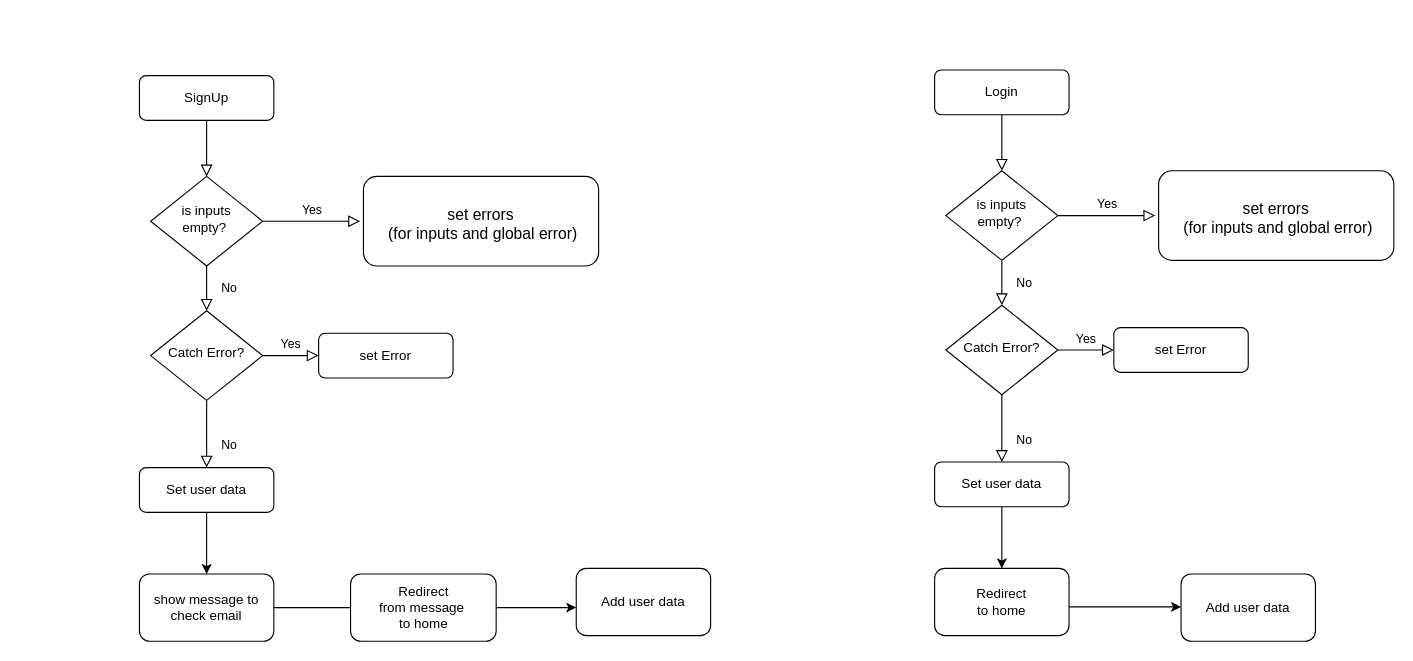
This is PlanningDiagram.drawio from youssefzaki00/Exclusive, a draw.io file, before an edit. Source tidied: cells renumbered, new cells numbered last; positions are measured from the earlier drawing's top-left corner, leaving out a move shared by most shapes. Both pictures are drawn from the tidied source at 112%, with x=0, y=0 at pixel (139, 69).
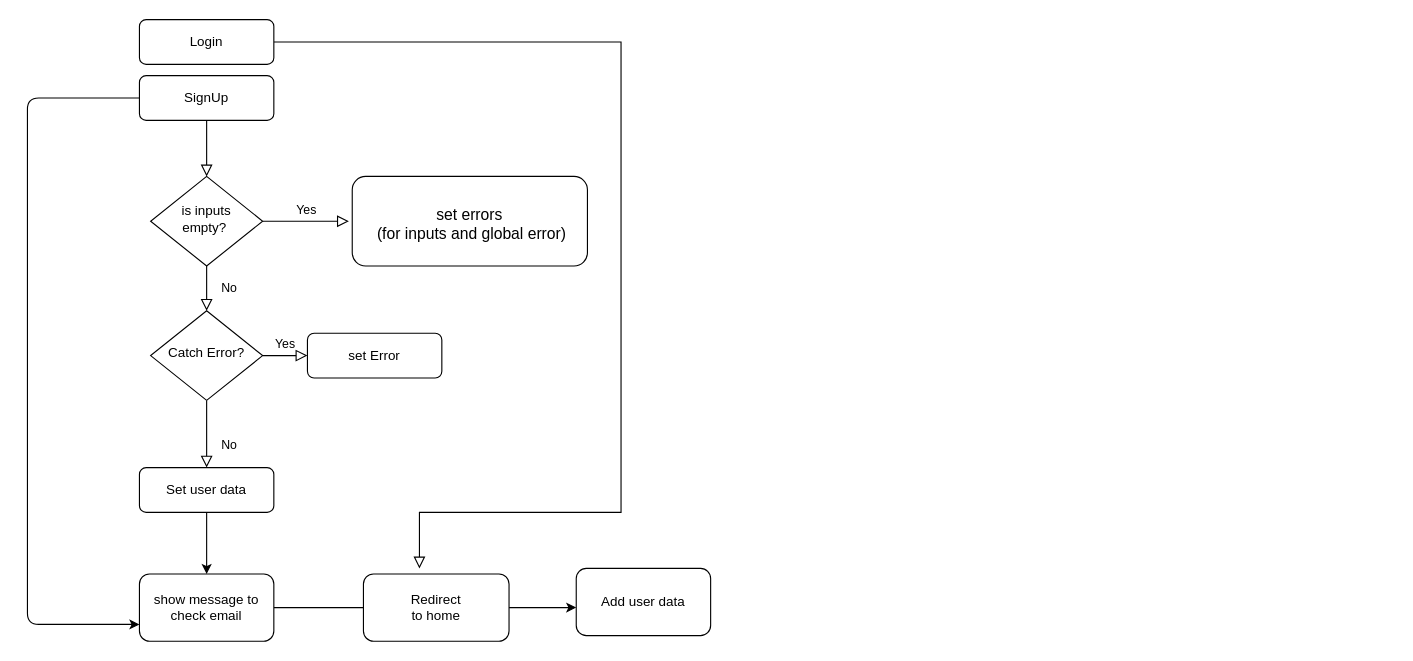
The same diagram, later.

The change refers to these unchanged cells:
```xml
<mxCell id="3" value="SignUp" style="rounded=1;whiteSpace=wrap;html=1;fontSize=12;glass=0;strokeWidth=1;shadow=0;" parent="1" vertex="1">
  <mxGeometry y="5" width="120" height="40" as="geometry" />
</mxCell>
<mxCell id="15" value="show message to check email" style="whiteSpace=wrap;html=1;rounded=1;glass=0;strokeWidth=1;shadow=0;" parent="1" vertex="1">
  <mxGeometry y="450" width="120" height="60" as="geometry" />
</mxCell>
```

What changed in the source:
```diff
@@
+    <mxCell id="34" style="edgeStyle=none;html=1;exitX=0;exitY=0.5;exitDx=0;exitDy=0;entryX=0;entryY=0.75;entryDx=0;entryDy=0;" parent="1" edge="1" source="3" target="15">
+      <mxGeometry relative="1" as="geometry">
+        <Array as="points">
+          <mxPoint x="-100" y="25" />
+          <mxPoint x="-100" y="235" />
+          <mxPoint x="-100" y="495" />
+        </Array>
+      </mxGeometry>
+    </mxCell>
@@
     <mxCell id="7" value="&lt;font style=&quot;font-size: 14px;&quot;&gt;set errors&lt;/font&gt;&lt;div style=&quot;font-size: 14px;&quot;&gt;&amp;nbsp;(for inputs and global error)&lt;/div&gt;" style="rounded=1;whiteSpace=wrap;html=1;fontSize=12;glass=0;strokeWidth=1;shadow=0;perimeterSpacing=3;rotation=0;fontStyle=0;spacingRight=4;spacingLeft=4;spacingTop=4;" parent="1" vertex="1">
-      <mxGeometry x="200" y="95" width="210" height="80" as="geometry" />
+      <mxGeometry x="190" y="95" width="210" height="80" as="geometry" />
     </mxCell>
@@
     <mxCell id="13" value="set Error" style="rounded=1;whiteSpace=wrap;html=1;fontSize=12;glass=0;strokeWidth=1;shadow=0;" parent="1" vertex="1">
-      <mxGeometry x="160" y="235" width="120" height="40" as="geometry" />
+      <mxGeometry x="150" y="235" width="120" height="40" as="geometry" />
     </mxCell>
@@
-    <mxCell id="17" value="&lt;div&gt;&lt;span style=&quot;background-color: initial;&quot;&gt;Redirect&lt;/span&gt;&lt;/div&gt;&lt;div&gt;&lt;span style=&quot;background-color: initial;&quot;&gt;from message&amp;nbsp;&lt;/span&gt;&lt;/div&gt;&lt;div&gt;&lt;span style=&quot;background-color: initial;&quot;&gt;to home&lt;/span&gt;&lt;/div&gt;" style="whiteSpace=wrap;html=1;rounded=1;glass=0;strokeWidth=1;shadow=0;" parent="1" vertex="1">
-      <mxGeometry x="188.5" y="450" width="130" height="60" as="geometry" />
+    <mxCell id="17" value="&lt;div&gt;&lt;span style=&quot;background-color: initial;&quot;&gt;Redirect&lt;/span&gt;&lt;/div&gt;&lt;div&gt;&lt;span style=&quot;background-color: initial;&quot;&gt;to home&lt;/span&gt;&lt;/div&gt;" style="whiteSpace=wrap;html=1;rounded=1;glass=0;strokeWidth=1;shadow=0;" parent="1" vertex="1">
+      <mxGeometry x="200" y="450" width="130" height="60" as="geometry" />
     </mxCell>
@@
-    <mxCell id="19" style="rounded=0;html=1;jettySize=auto;fontSize=11;endArrow=block;endFill=0;endSize=8;strokeWidth=1;shadow=0;labelBackgroundColor=none;edgeStyle=orthogonalEdgeStyle;" parent="1" edge="1" source="20" target="23">
-      <mxGeometry relative="1" as="geometry" />
+    <mxCell id="19" style="rounded=0;html=1;jettySize=auto;fontSize=11;endArrow=block;endFill=0;endSize=8;strokeWidth=1;shadow=0;labelBackgroundColor=none;edgeStyle=orthogonalEdgeStyle;" parent="1" edge="1" source="20">
+      <mxGeometry relative="1" as="geometry">
+        <mxPoint x="250" y="445" as="targetPoint" />
+        <Array as="points">
+          <mxPoint x="430" y="-25" />
+          <mxPoint x="430" y="395" />
+          <mxPoint x="250" y="395" />
+        </Array>
+      </mxGeometry>
     </mxCell>
     <mxCell id="20" value="Login" style="rounded=1;whiteSpace=wrap;html=1;fontSize=12;glass=0;strokeWidth=1;shadow=0;" parent="1" vertex="1">
-      <mxGeometry x="710" width="120" height="40" as="geometry" />
+      <mxGeometry y="-45" width="120" height="40" as="geometry" />
     </mxCell>
-    <mxCell id="21" value="No" style="rounded=0;html=1;jettySize=auto;fontSize=11;endArrow=block;endFill=0;endSize=8;strokeWidth=1;shadow=0;labelBackgroundColor=none;edgeStyle=orthogonalEdgeStyle;" parent="1" edge="1" source="23" target="27">
-      <mxGeometry y="20" relative="1" as="geometry" />
-    </mxCell>
-    <mxCell id="22" value="Yes" style="edgeStyle=orthogonalEdgeStyle;rounded=0;html=1;jettySize=auto;fontSize=11;endArrow=block;endFill=0;endSize=8;strokeWidth=1;shadow=0;labelBackgroundColor=none;" parent="1" edge="1" source="23" target="24">
-      <mxGeometry y="10" relative="1" as="geometry" />
-    </mxCell>
-    <mxCell id="23" value="is inputs empty?&amp;nbsp;" style="rhombus;whiteSpace=wrap;html=1;shadow=0;fontFamily=Helvetica;fontSize=12;align=center;strokeWidth=1;spacing=6;spacingTop=-4;" parent="1" vertex="1">
-      <mxGeometry x="720" y="90" width="100" height="80" as="geometry" />
-    </mxCell>
-    <mxCell id="24" value="&lt;font style=&quot;font-size: 14px;&quot;&gt;set errors&lt;/font&gt;&lt;div style=&quot;font-size: 14px;&quot;&gt;&amp;nbsp;(for inputs and global error)&lt;/div&gt;" style="rounded=1;whiteSpace=wrap;html=1;fontSize=12;glass=0;strokeWidth=1;shadow=0;perimeterSpacing=3;rotation=0;fontStyle=0;spacingRight=4;spacingLeft=4;spacingTop=4;" parent="1" vertex="1">
-      <mxGeometry x="910" y="90" width="210" height="80" as="geometry" />
-    </mxCell>
-    <mxCell id="25" value="No" style="rounded=0;html=1;jettySize=auto;fontSize=11;endArrow=block;endFill=0;endSize=8;strokeWidth=1;shadow=0;labelBackgroundColor=none;edgeStyle=orthogonalEdgeStyle;" parent="1" edge="1" source="27" target="29">
-      <mxGeometry x="0.33" y="20" relative="1" as="geometry" />
-    </mxCell>
-    <mxCell id="26" value="Yes" style="edgeStyle=orthogonalEdgeStyle;rounded=0;html=1;jettySize=auto;fontSize=11;endArrow=block;endFill=0;endSize=8;strokeWidth=1;shadow=0;labelBackgroundColor=none;" parent="1" edge="1" source="27" target="30">
-      <mxGeometry y="10" relative="1" as="geometry" />
-    </mxCell>
-    <mxCell id="27" value="Catch Error?" style="rhombus;whiteSpace=wrap;html=1;shadow=0;fontFamily=Helvetica;fontSize=12;align=center;strokeWidth=1;spacing=6;spacingTop=-4;" parent="1" vertex="1">
-      <mxGeometry x="720" y="210" width="100" height="80" as="geometry" />
-    </mxCell>
-    <mxCell id="28" style="edgeStyle=orthogonalEdgeStyle;rounded=0;jettySize=auto;html=1;" parent="1" edge="1" source="29">
-      <mxGeometry relative="1" as="geometry">
-        <mxPoint x="770" y="445" as="targetPoint" />
-      </mxGeometry>
-    </mxCell>
-    <mxCell id="29" value="Set user data" style="rounded=1;whiteSpace=wrap;html=1;fontSize=12;glass=0;strokeWidth=1;shadow=0;" parent="1" vertex="1">
-      <mxGeometry x="710" y="350" width="120" height="40" as="geometry" />
-    </mxCell>
-    <mxCell id="30" value="set Error" style="rounded=1;whiteSpace=wrap;html=1;fontSize=12;glass=0;strokeWidth=1;shadow=0;" parent="1" vertex="1">
-      <mxGeometry x="870" y="230" width="120" height="40" as="geometry" />
-    </mxCell>
-    <mxCell id="31" style="edgeStyle=orthogonalEdgeStyle;rounded=0;orthogonalLoop=1;jettySize=auto;html=1;" parent="1" edge="1">
-      <mxGeometry relative="1" as="geometry">
-        <mxPoint x="830" y="479.4" as="sourcePoint" />
-        <mxPoint x="930" y="479.4" as="targetPoint" />
-      </mxGeometry>
-    </mxCell>
-    <mxCell id="32" value="&lt;div&gt;&lt;span style=&quot;background-color: initial;&quot;&gt;Redirect&lt;/span&gt;&lt;/div&gt;&lt;div&gt;&lt;span style=&quot;background-color: initial;&quot;&gt;to home&lt;/span&gt;&lt;br&gt;&lt;/div&gt;" style="whiteSpace=wrap;html=1;rounded=1;glass=0;strokeWidth=1;shadow=0;" parent="1" vertex="1">
-      <mxGeometry x="710" y="445" width="120" height="60" as="geometry" />
-    </mxCell>
-    <mxCell id="33" value="Add user data" style="rounded=1;whiteSpace=wrap;html=1;spacingLeft=4;spacingRight=4;spacing=4;" parent="1" vertex="1">
-      <mxGeometry x="930" y="450" width="120" height="60" as="geometry" />
-    </mxCell>
```
